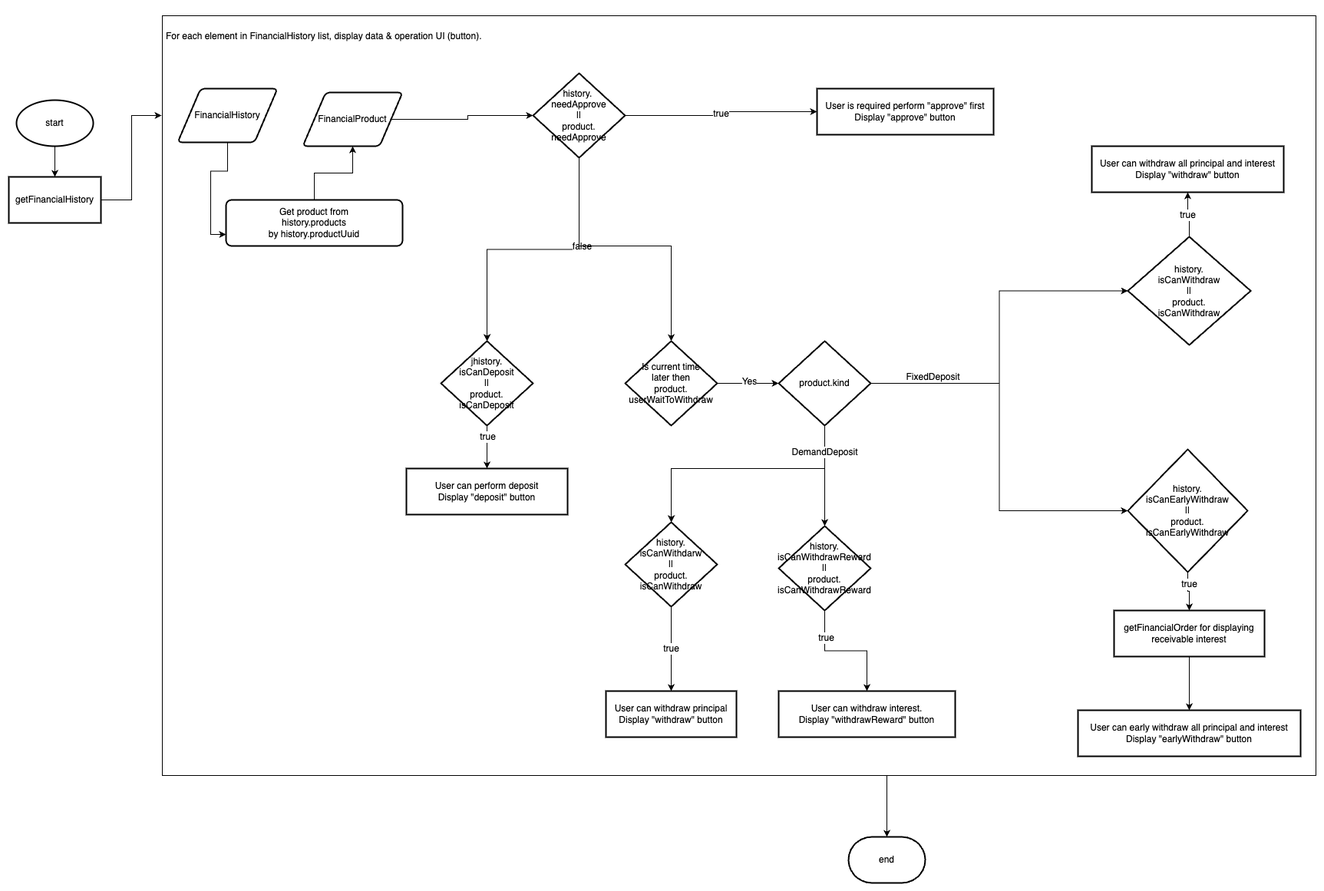
This is docs/images/sdk_guideline/financial_history_flow.png from CYBAVO/android_wallet_sdk_sample, a draw.io export, as it was before one commit. Source tidied: cells renumbered, new cells last; positions are measured from the earlier drawing's top-left corner, leaving out a move shared by most shapes.
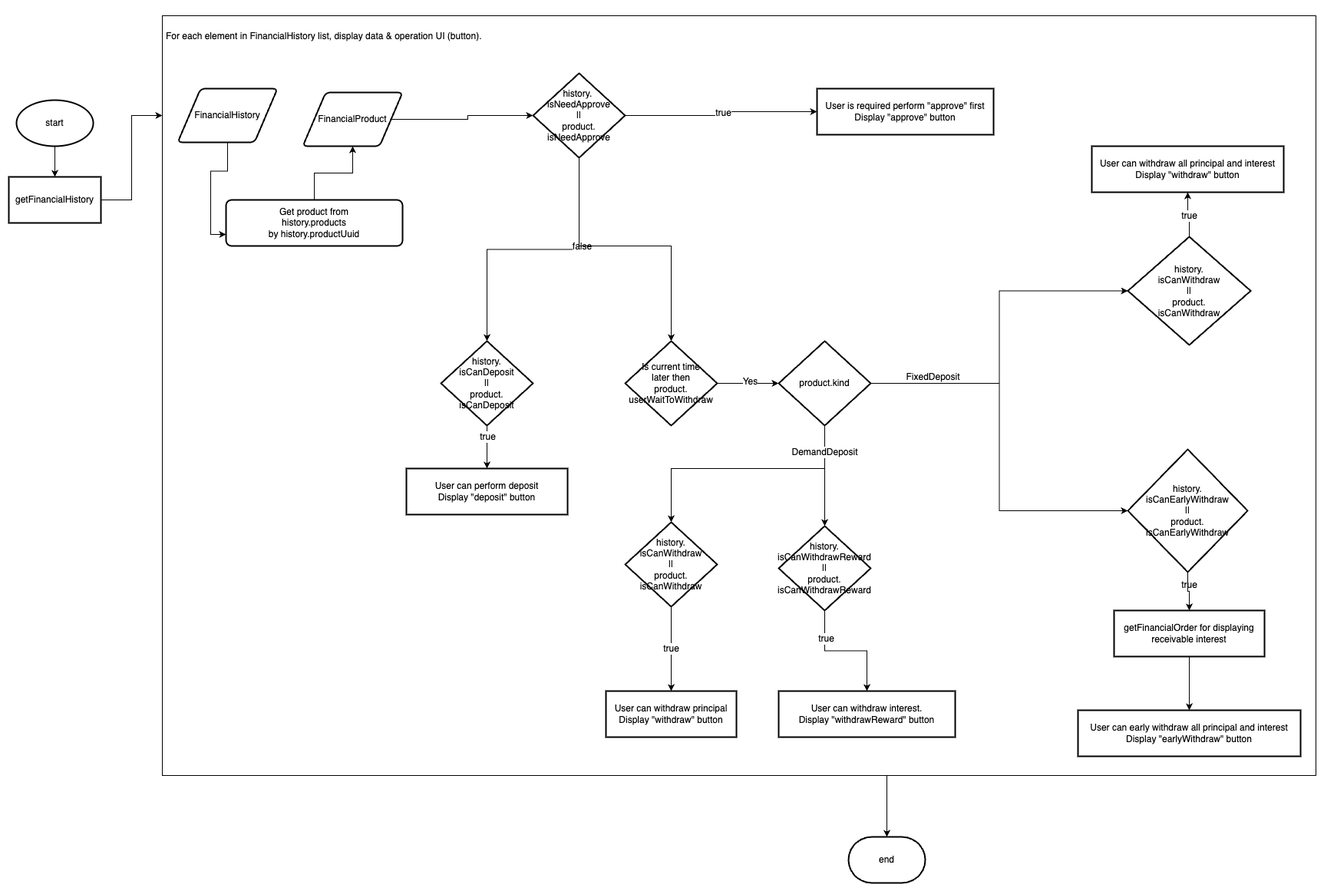
Later version of the same file.

Commit message:
update flow chart

Diff of the diagram source:
```diff
@@ -55,7 +55,7 @@
         </Array>
       </mxGeometry>
     </mxCell>
-    <mxCell id="14" value="history.&amp;nbsp;&lt;br style=&quot;font-size: 12px;&quot;&gt;needApprove&lt;br style=&quot;font-size: 12px;&quot;&gt;||&lt;br style=&quot;font-size: 12px;&quot;&gt;product.&lt;br style=&quot;font-size: 12px;&quot;&gt;needApprove" style="strokeWidth=2;html=1;shape=mxgraph.flowchart.decision;whiteSpace=wrap;shadow=0;strokeColor=default;fillColor=none;fontSize=12;" parent="1" vertex="1">
+    <mxCell id="14" value="history.&amp;nbsp;&lt;br style=&quot;font-size: 12px;&quot;&gt;isNeedApprove&lt;br style=&quot;font-size: 12px;&quot;&gt;||&lt;br style=&quot;font-size: 12px;&quot;&gt;product.&lt;br style=&quot;font-size: 12px;&quot;&gt;isNeedApprove" style="strokeWidth=2;html=1;shape=mxgraph.flowchart.decision;whiteSpace=wrap;shadow=0;strokeColor=default;fillColor=none;fontSize=12;" parent="1" vertex="1">
       <mxGeometry x="683" y="75" width="120" height="110" as="geometry" />
     </mxCell>
     <mxCell id="15" style="edgeStyle=orthogonalEdgeStyle;rounded=0;jettySize=auto;html=1;fontSize=12;" parent="1" edge="1" source="16" target="14">
@@ -82,7 +82,7 @@
     <mxCell id="22" value="true" style="edgeLabel;html=1;align=center;verticalAlign=middle;fontSize=12;" parent="21" vertex="1">
       <mxGeometry x="-0.5" relative="1" as="geometry" />
     </mxCell>
-    <mxCell id="23" value="jhistory.&lt;br style=&quot;font-size: 12px;&quot;&gt;isCanDeposit&lt;br style=&quot;font-size: 12px;&quot;&gt;||&lt;br style=&quot;font-size: 12px;&quot;&gt;product.&lt;br style=&quot;font-size: 12px;&quot;&gt;isCanDeposit" style="strokeWidth=2;html=1;shape=mxgraph.flowchart.decision;whiteSpace=wrap;shadow=0;strokeColor=default;fillColor=none;fontSize=12;" parent="1" vertex="1">
+    <mxCell id="23" value="history.&lt;br style=&quot;font-size: 12px;&quot;&gt;isCanDeposit&lt;br style=&quot;font-size: 12px;&quot;&gt;||&lt;br style=&quot;font-size: 12px;&quot;&gt;product.&lt;br style=&quot;font-size: 12px;&quot;&gt;isCanDeposit" style="strokeWidth=2;html=1;shape=mxgraph.flowchart.decision;whiteSpace=wrap;shadow=0;strokeColor=default;fillColor=none;fontSize=12;" parent="1" vertex="1">
       <mxGeometry x="563" y="424" width="120" height="110" as="geometry" />
     </mxCell>
     <mxCell id="24" style="edgeStyle=orthogonalEdgeStyle;rounded=0;jettySize=auto;html=1;fontSize=12;" parent="1" edge="1" source="26" target="32">
@@ -122,7 +122,7 @@
     <mxCell id="33" value="true" style="edgeStyle=orthogonalEdgeStyle;rounded=0;jettySize=auto;html=1;fontSize=12;" parent="1" edge="1" source="34" target="36">
       <mxGeometry relative="1" as="geometry" />
     </mxCell>
-    <mxCell id="34" value="history.&lt;br style=&quot;font-size: 12px;&quot;&gt;isCanWithdarw&lt;br style=&quot;font-size: 12px;&quot;&gt;||&lt;br style=&quot;font-size: 12px;&quot;&gt;product.&lt;br style=&quot;font-size: 12px;&quot;&gt;isCanWithdraw" style="strokeWidth=2;html=1;shape=mxgraph.flowchart.decision;whiteSpace=wrap;shadow=0;strokeColor=default;fillColor=none;fontSize=12;" parent="1" vertex="1">
+    <mxCell id="34" value="history.&lt;br style=&quot;font-size: 12px;&quot;&gt;isCanWithdraw&lt;br style=&quot;font-size: 12px;&quot;&gt;||&lt;br style=&quot;font-size: 12px;&quot;&gt;product.&lt;br style=&quot;font-size: 12px;&quot;&gt;isCanWithdraw" style="strokeWidth=2;html=1;shape=mxgraph.flowchart.decision;whiteSpace=wrap;shadow=0;strokeColor=default;fillColor=none;fontSize=12;" parent="1" vertex="1">
       <mxGeometry x="803" y="660" width="120" height="110" as="geometry" />
     </mxCell>
     <mxCell id="35" value="User can withdraw interest.&lt;br style=&quot;font-size: 12px;&quot;&gt;Display &quot;withdrawReward&quot; button" style="whiteSpace=wrap;html=1;fillColor=none;strokeWidth=2;shadow=0;fontSize=12;" parent="1" vertex="1">
@@ -149,6 +149,9 @@
     <mxCell id="42" value="true" style="edgeLabel;html=1;align=center;verticalAlign=middle;fontSize=12;" parent="41" vertex="1">
       <mxGeometry x="-0.38" y="1" relative="1" as="geometry" />
     </mxCell>
+    <mxCell id="53" style="edgeStyle=orthogonalEdgeStyle;rounded=0;jettySize=auto;html=1;" parent="1" edge="1" source="43" target="46">
+      <mxGeometry relative="1" as="geometry" />
+    </mxCell>
     <mxCell id="43" value="history.&lt;br style=&quot;font-size: 12px;&quot;&gt;isCanEarlyWithdraw&lt;br style=&quot;font-size: 12px;&quot;&gt;||&lt;br style=&quot;font-size: 12px;&quot;&gt;product.&lt;br style=&quot;font-size: 12px;&quot;&gt;isCanEarlyWithdraw" style="rhombus;whiteSpace=wrap;html=1;fillColor=none;strokeWidth=2;shadow=0;fontSize=12;" parent="1" vertex="1">
       <mxGeometry x="1458" y="565" width="156" height="160" as="geometry" />
     </mxCell>
```
